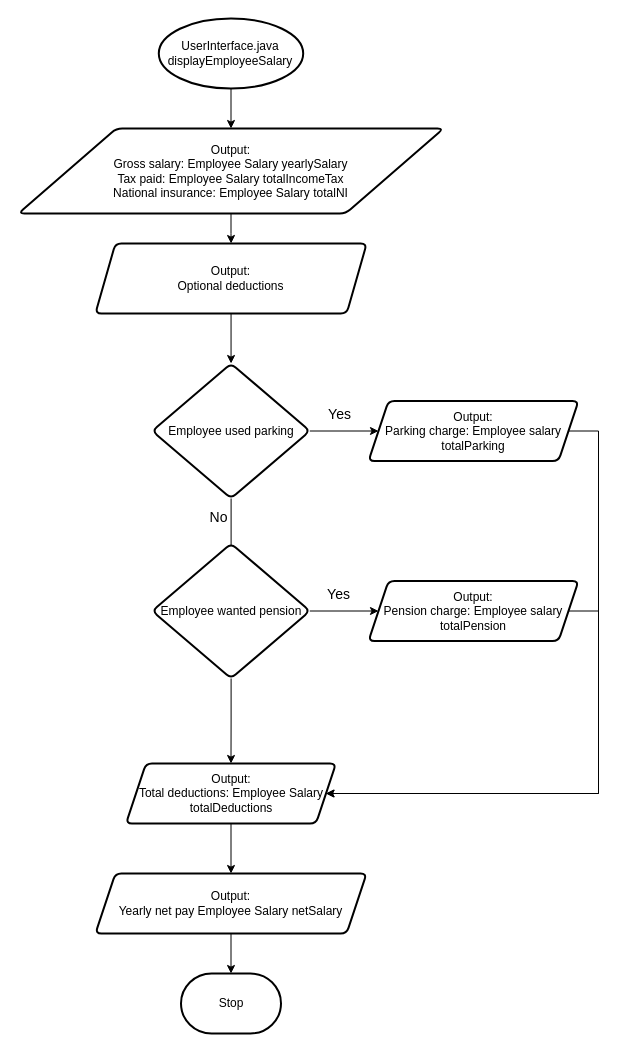
Before: report/flowcharts/task-2/designs/userInterface3.drawio in Sherman5A/usw-pop-coursework-1-task-2, a draw.io diagram. Source tidied: cells renumbered, new cells numbered last; positions are measured from the earlier drawing's top-left corner, leaving out a move shared by most shapes. Both pictures are drawn from the tidied source at 100%, with x=0, y=0 at pixel (18, 18).
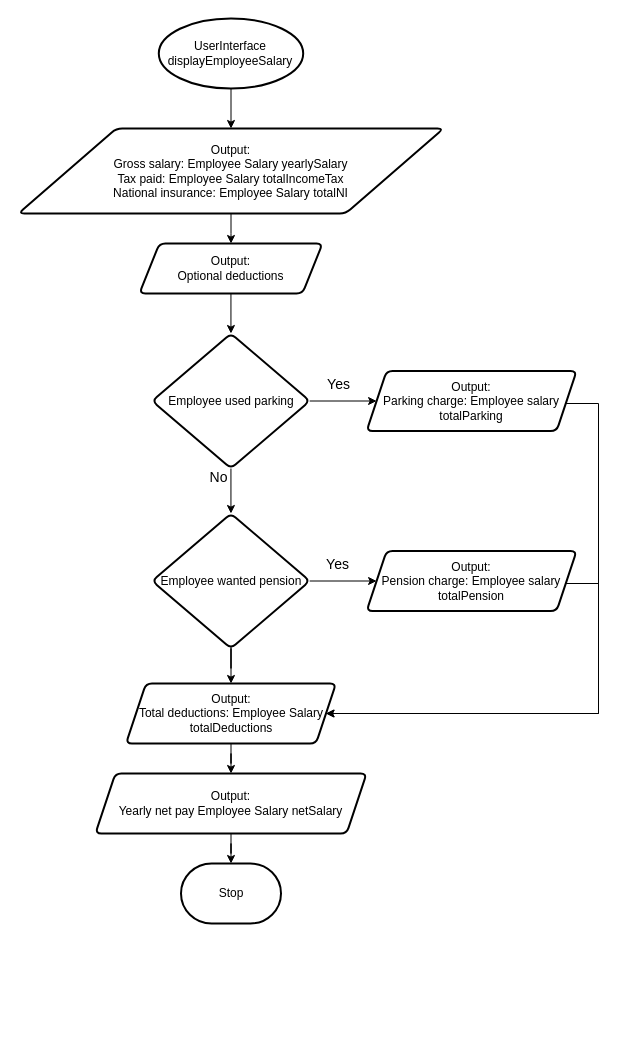
The same diagram, later.

What changed in the source:
```diff
@@
-    <mxCell id="3" value="UserInterface.java&lt;br&gt;displayEmployeeSalary" style="strokeWidth=2;html=1;shape=mxgraph.flowchart.start_1;whiteSpace=wrap;" parent="1" vertex="1">
+    <mxCell id="3" value="UserInterface&lt;br&gt;displayEmployeeSalary" style="strokeWidth=2;html=1;shape=mxgraph.flowchart.start_1;whiteSpace=wrap;" parent="1" vertex="1">
       <mxGeometry x="140.3" width="144.4" height="70" as="geometry" />
     </mxCell>
@@
     <mxCell id="7" value="Output:&lt;br&gt;Optional deductions" style="shape=parallelogram;perimeter=parallelogramPerimeter;whiteSpace=wrap;html=1;fixedSize=1;strokeWidth=2;rounded=1;arcSize=12;" parent="1" vertex="1">
-      <mxGeometry x="76.9" y="225" width="271.3" height="70" as="geometry" />
+      <mxGeometry x="120.9" y="225" width="183.1" height="50" as="geometry" />
     </mxCell>
@@
-    <mxCell id="10" style="edgeStyle=orthogonalEdgeStyle;rounded=0;jettySize=auto;html=1;" parent="1" edge="1" source="12">
+    <mxCell id="10" style="edgeStyle=orthogonalEdgeStyle;rounded=0;jettySize=auto;html=1;" parent="1" edge="1" source="18">
       <mxGeometry relative="1" as="geometry">
         <mxPoint x="212.5" y="587.5" as="targetPoint" />
       </mxGeometry>
     </mxCell>
-    <mxCell id="11" value="No" style="edgeLabel;html=1;align=center;verticalAlign=middle;labelBackgroundColor=none;fontSize=14;" parent="10" vertex="1">
-      <mxGeometry x="-0.65" y="-1" relative="1" as="geometry">
-        <mxPoint x="-12" as="offset" />
-      </mxGeometry>
-    </mxCell>
     <mxCell id="12" value="Employee used parking" style="rhombus;whiteSpace=wrap;html=1;strokeWidth=2;rounded=1;arcSize=12;" parent="1" vertex="1">
-      <mxGeometry x="133.8" y="345" width="157.5" height="135" as="geometry" />
+      <mxGeometry x="133.7" y="315" width="157.5" height="135" as="geometry" />
     </mxCell>
     <mxCell id="13" style="edgeStyle=orthogonalEdgeStyle;rounded=0;jettySize=auto;html=1;entryX=1;entryY=0.5;entryDx=0;entryDy=0;" parent="1" edge="1" source="14" target="22">
       <mxGeometry relative="1" as="geometry">
         <Array as="points">
-          <mxPoint x="580" y="413" />
-          <mxPoint x="580" y="775" />
+          <mxPoint x="580" y="385" />
+          <mxPoint x="580" y="695" />
         </Array>
       </mxGeometry>
     </mxCell>
     <mxCell id="14" value="Output:&lt;br&gt;Parking charge: Employee salary&lt;br&gt;totalParking" style="shape=parallelogram;perimeter=parallelogramPerimeter;whiteSpace=wrap;html=1;fixedSize=1;strokeWidth=2;rounded=1;arcSize=12;" parent="1" vertex="1">
-      <mxGeometry x="350" y="382.5" width="210" height="60" as="geometry" />
+      <mxGeometry x="348.1" y="352.5" width="210" height="60" as="geometry" />
     </mxCell>
@@
-    <mxCell id="18" value="Employee wanted pension" style="rhombus;whiteSpace=wrap;html=1;strokeWidth=2;rounded=1;arcSize=12;" parent="1" vertex="1">
-      <mxGeometry x="133.8" y="525" width="157.5" height="135" as="geometry" />
-    </mxCell>
     <mxCell id="19" style="edgeStyle=orthogonalEdgeStyle;rounded=0;jettySize=auto;html=1;entryX=1;entryY=0.5;entryDx=0;entryDy=0;" parent="1" edge="1" source="20" target="22">
       <mxGeometry relative="1" as="geometry">
         <Array as="points">
-          <mxPoint x="580" y="593" />
-          <mxPoint x="580" y="775" />
+          <mxPoint x="580" y="565" />
+          <mxPoint x="580" y="695" />
         </Array>
       </mxGeometry>
     </mxCell>
     <mxCell id="20" value="Output:&lt;br&gt;Pension charge: Employee salary &lt;br&gt;totalPension" style="shape=parallelogram;perimeter=parallelogramPerimeter;whiteSpace=wrap;html=1;fixedSize=1;strokeWidth=2;rounded=1;arcSize=12;" parent="1" vertex="1">
-      <mxGeometry x="350" y="562.5" width="210" height="60" as="geometry" />
+      <mxGeometry x="348.1" y="532.5" width="210" height="60" as="geometry" />
     </mxCell>
@@
     <mxCell id="22" value="Output:&lt;br&gt;Total deductions: Employee Salary totalDeductions" style="shape=parallelogram;perimeter=parallelogramPerimeter;whiteSpace=wrap;html=1;fixedSize=1;strokeWidth=2;rounded=1;arcSize=12;" parent="1" vertex="1">
-      <mxGeometry x="107.5" y="745" width="210" height="60" as="geometry" />
+      <mxGeometry x="107.5" y="665" width="210" height="60" as="geometry" />
     </mxCell>
@@
     <mxCell id="24" value="Output:&lt;br&gt;Yearly net pay Employee Salary netSalary" style="shape=parallelogram;perimeter=parallelogramPerimeter;whiteSpace=wrap;html=1;fixedSize=1;strokeWidth=2;rounded=1;arcSize=12;" parent="1" vertex="1">
-      <mxGeometry x="76.9" y="855" width="271.2" height="60" as="geometry" />
+      <mxGeometry x="76.9" y="755" width="271.2" height="60" as="geometry" />
     </mxCell>
     <mxCell id="25" value="Stop" style="strokeWidth=2;html=1;shape=mxgraph.flowchart.terminator;whiteSpace=wrap;" parent="1" vertex="1">
-      <mxGeometry x="162.5" y="955" width="100" height="60" as="geometry" />
+      <mxGeometry x="162.5" y="845" width="100" height="60" as="geometry" />
     </mxCell>
+    <mxCell id="26" style="edgeStyle=orthogonalEdgeStyle;rounded=0;jettySize=auto;html=1;" parent="1" edge="1" source="12" target="18">
+      <mxGeometry relative="1" as="geometry" />
+    </mxCell>
+    <mxCell id="11" value="No" style="edgeLabel;html=1;align=center;verticalAlign=middle;labelBackgroundColor=none;fontSize=14;" parent="26" vertex="1">
+      <mxGeometry x="-0.65" y="-1" relative="1" as="geometry">
+        <mxPoint x="-12" as="offset" />
+      </mxGeometry>
+    </mxCell>
+    <mxCell id="18" value="Employee wanted pension" style="rhombus;whiteSpace=wrap;html=1;strokeWidth=2;rounded=1;arcSize=12;" parent="1" vertex="1">
+      <mxGeometry x="133.7" y="495" width="157.5" height="135" as="geometry" />
+    </mxCell>
```
